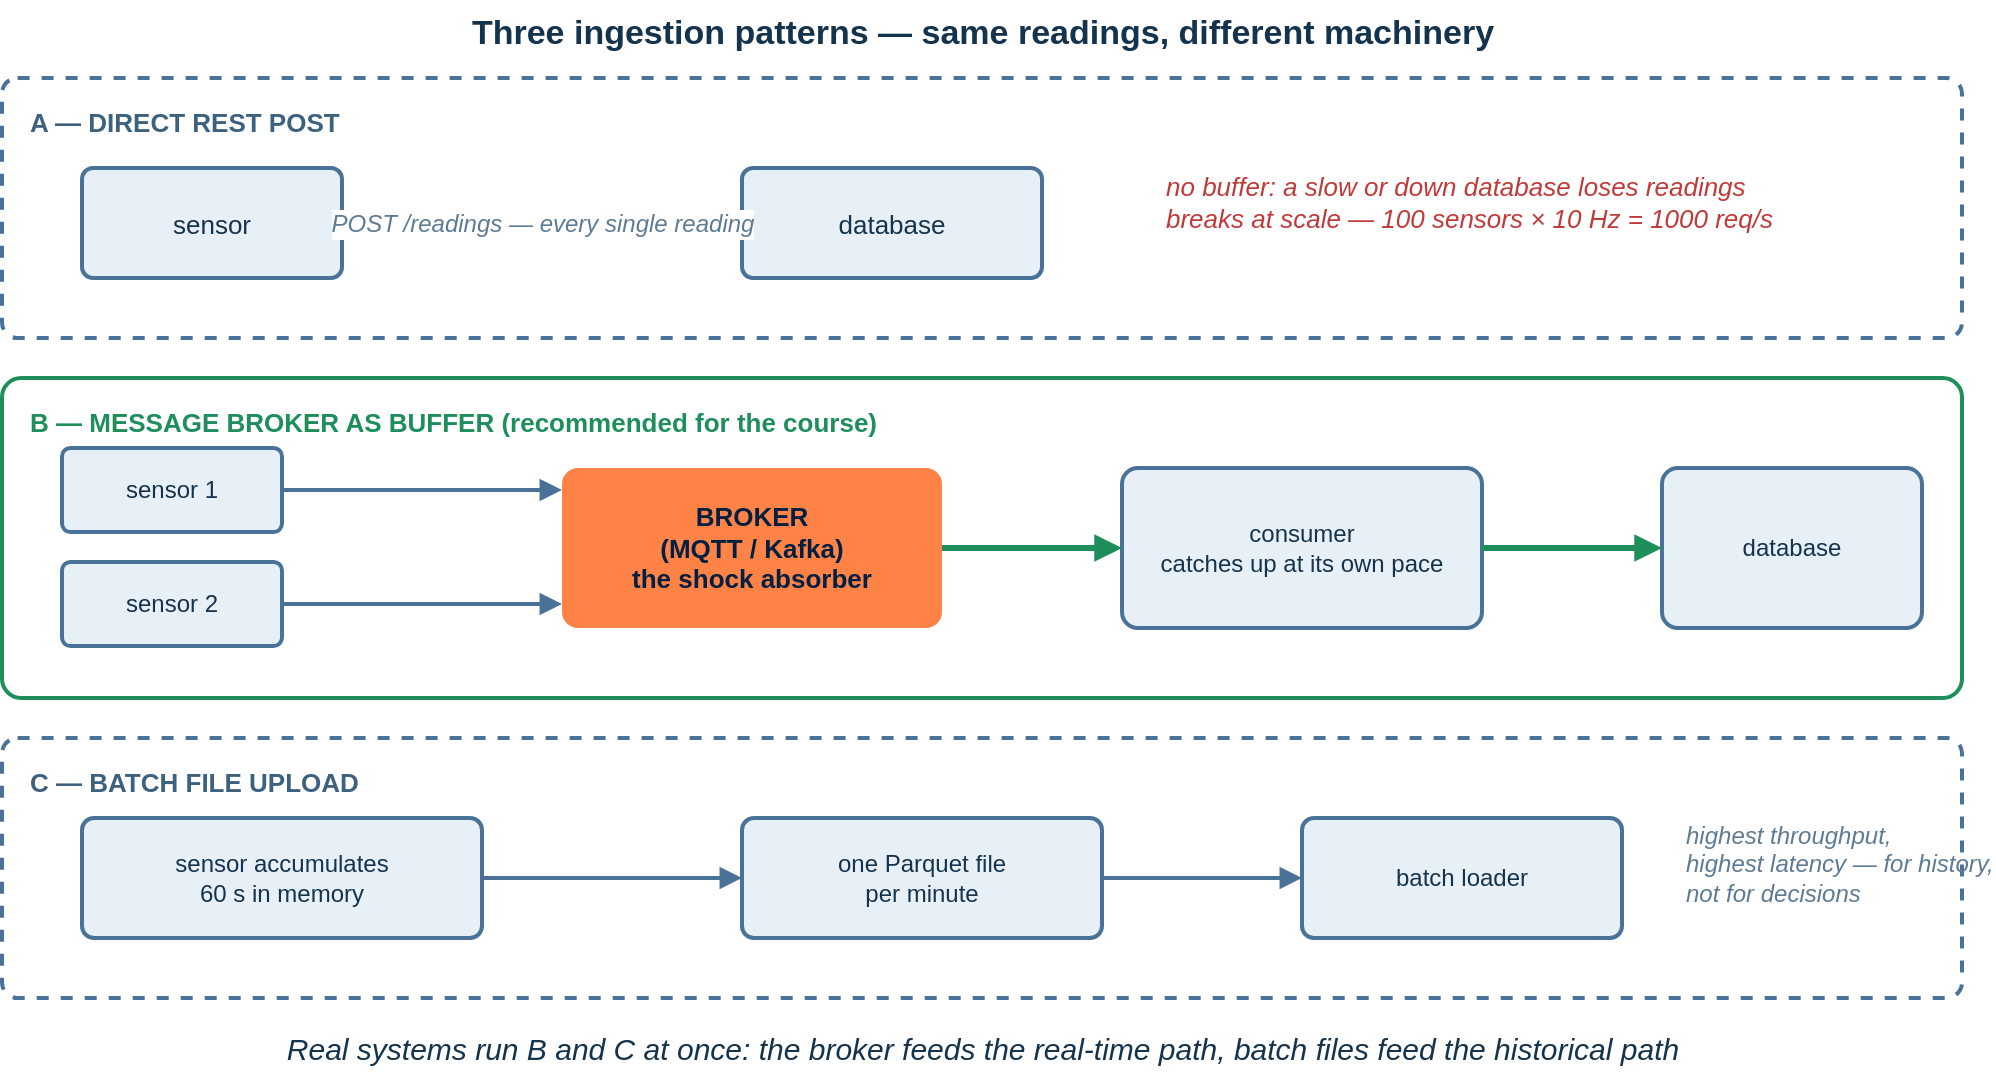
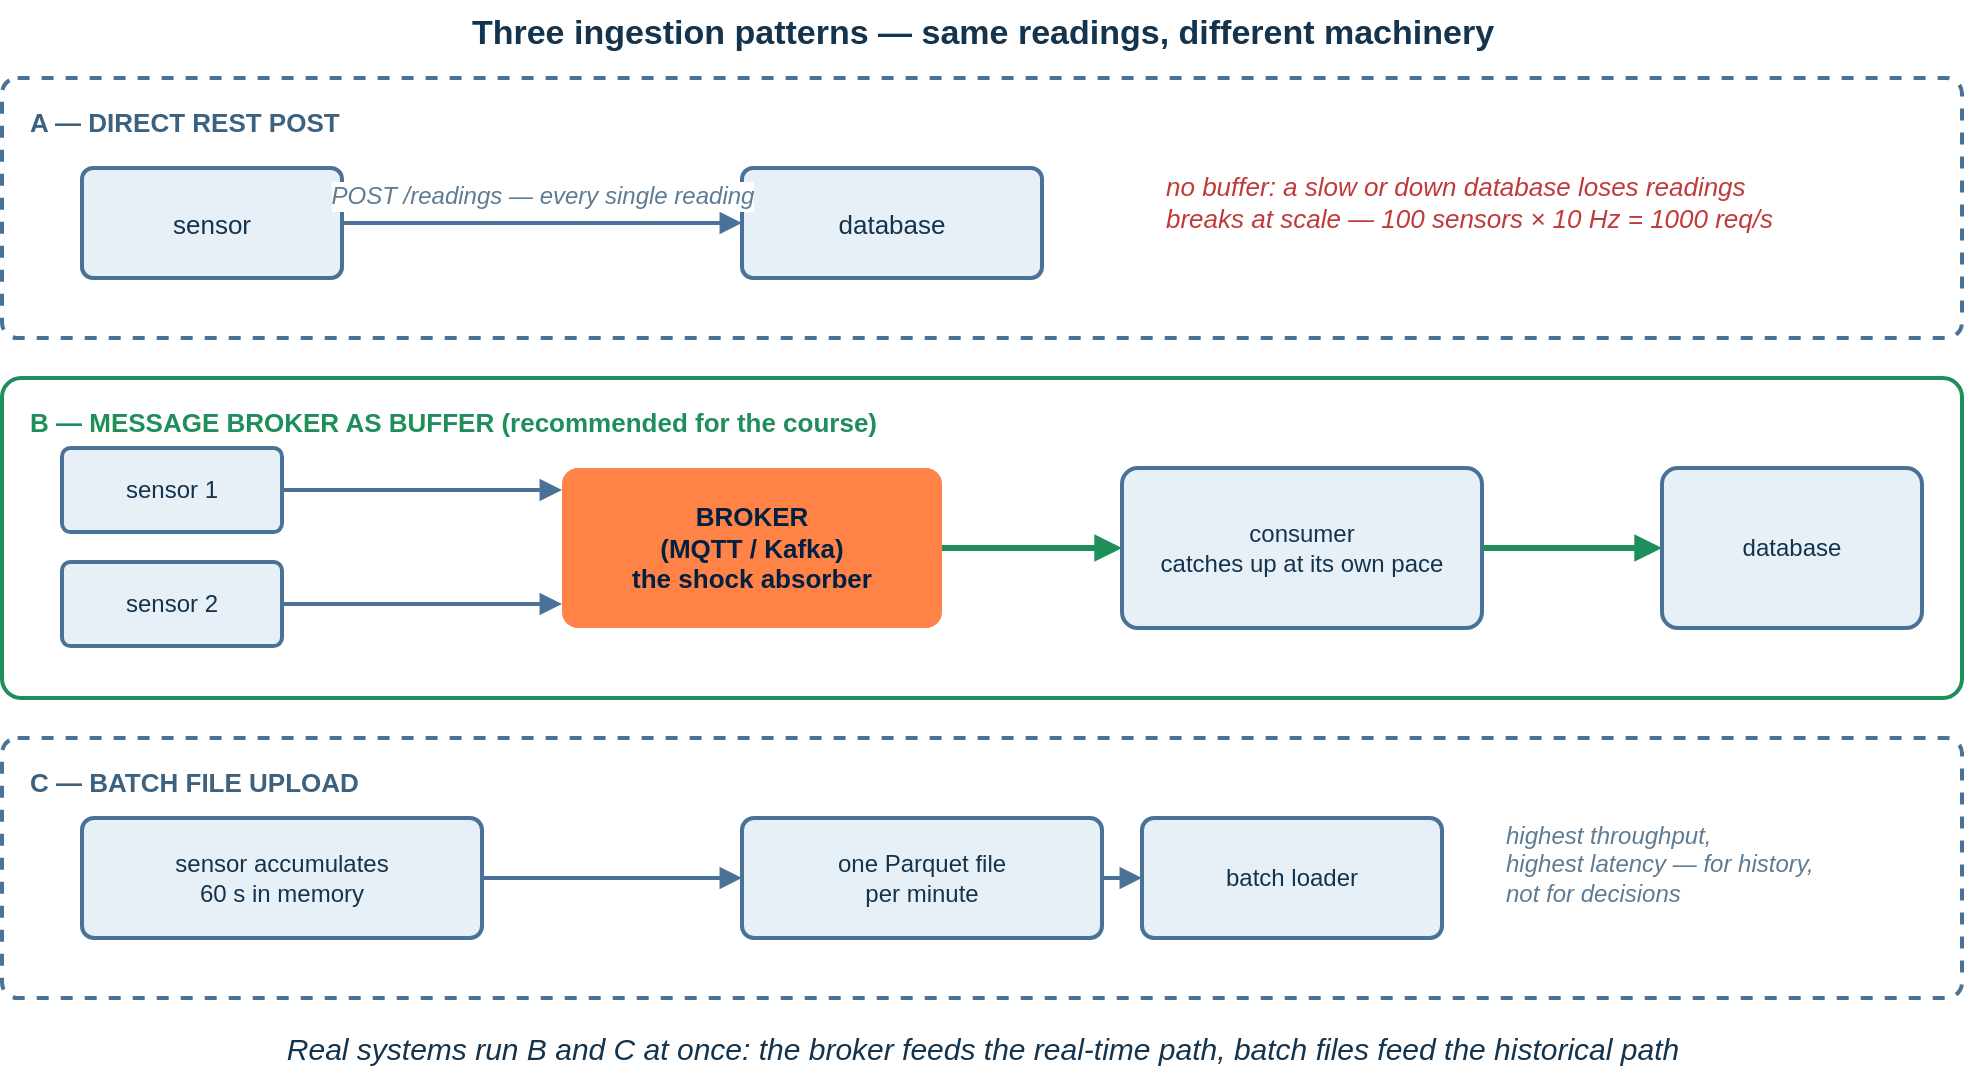
<mxfile host="app.diagrams.net">
  <diagram id="cn3-fig09" name="cn3-fig09">
    <mxGraphModel dx="1000" dy="600" grid="0" page="1" pageScale="1" pageWidth="1080" pageHeight="560" math="0" shadow="0" background="#FFFFFF">
      <root>
        <mxCell id="0"/>
        <mxCell id="1" parent="0"/>
        <mxCell id="title" value="Three ingestion patterns — same readings, different machinery" style="text;html=1;align=center;fontColor=#14334D;fontSize=17;fontStyle=1;fontFamily=Helvetica;" vertex="1" parent="1">
          <mxGeometry x="140" y="16" width="800" height="28" as="geometry"/>
        </mxCell>
        <mxCell id="la" value="A — DIRECT REST POST" style="rounded=1;whiteSpace=wrap;html=1;fillColor=none;strokeColor=#4A7298;dashed=1;strokeWidth=2;verticalAlign=top;align=left;fontColor=#3D6280;fontSize=13;fontStyle=1;fontFamily=Helvetica;spacingTop=8;spacingLeft=12;arcSize=6;" vertex="1" parent="1">
          <mxGeometry x="50" y="55" width="980" height="130" as="geometry"/>
        </mxCell>
        <mxCell id="a1" value="sensor" style="rounded=1;whiteSpace=wrap;html=1;fillColor=#E8F0F7;strokeColor=#4A7298;strokeWidth=2;fontColor=#14334D;fontSize=13;fontFamily=Helvetica;arcSize=10;" vertex="1" parent="1"><mxGeometry x="90" y="100" width="130" height="55" as="geometry"/></mxCell>
        <mxCell id="a2" value="database" style="rounded=1;whiteSpace=wrap;html=1;fillColor=#E8F0F7;strokeColor=#4A7298;strokeWidth=2;fontColor=#14334D;fontSize=13;fontFamily=Helvetica;arcSize=10;" vertex="1" parent="1"><mxGeometry x="420" y="100" width="150" height="55" as="geometry"/></mxCell>
-         <mxCell id="ae" value="POST /readings — every single reading" style="endArrow=block;html=1;strokeColor=#4A7298;strokeWidth=2;fontColor=#5E7B94;fontSize=12;fontStyle=2;fontFamily=Helvetica;labelBackgroundColor=#FFFFFF;exitX=1;exitY=0.5;entryX=0;entryY=0.5;" edge="1" parent="1" source="a1" target="a2"><mxGeometry relative="1" as="geometry"/></mxCell>
+         <mxCell id="ae" value="POST /readings — every single reading" style="endArrow=block;html=1;strokeColor=#4A7298;strokeWidth=2;fontColor=#5E7B94;fontSize=12;fontStyle=2;fontFamily=Helvetica;labelBackgroundColor=#FFFFFF;exitX=1;exitY=0.5;entryX=0;entryY=0.5;" edge="1" parent="1" source="a1" target="a2"><mxGeometry relative="1" as="geometry"><mxPoint x="0" y="-14" as="offset"/></mxGeometry></mxCell>
        <mxCell id="an" value="no buffer: a slow or down database loses readings&#10;breaks at scale — 100 sensors × 10 Hz = 1000 req/s" style="text;html=1;align=left;fontColor=#C03A3A;fontSize=13;fontStyle=2;fontFamily=Helvetica;" vertex="1" parent="1"><mxGeometry x="630" y="95" width="380" height="60" as="geometry"/></mxCell>
        <mxCell id="lb" value="B — MESSAGE BROKER AS BUFFER (recommended for the course)" style="rounded=1;whiteSpace=wrap;html=1;fillColor=none;strokeColor=#1E8E5A;strokeWidth=2;verticalAlign=top;align=left;fontColor=#1E8E5A;fontSize=13;fontStyle=1;fontFamily=Helvetica;spacingTop=8;spacingLeft=12;arcSize=6;" vertex="1" parent="1">
          <mxGeometry x="50" y="205" width="980" height="160" as="geometry"/>
        </mxCell>
        <mxCell id="b1" value="sensor 1" style="rounded=1;whiteSpace=wrap;html=1;fillColor=#E8F0F7;strokeColor=#4A7298;strokeWidth=2;fontColor=#14334D;fontSize=12;fontFamily=Helvetica;arcSize=10;" vertex="1" parent="1"><mxGeometry x="80" y="240" width="110" height="42" as="geometry"/></mxCell>
        <mxCell id="b2" value="sensor 2" style="rounded=1;whiteSpace=wrap;html=1;fillColor=#E8F0F7;strokeColor=#4A7298;strokeWidth=2;fontColor=#14334D;fontSize=12;fontFamily=Helvetica;arcSize=10;" vertex="1" parent="1"><mxGeometry x="80" y="297" width="110" height="42" as="geometry"/></mxCell>
        <mxCell id="bb" value="BROKER&#10;(MQTT / Kafka)&#10;the shock absorber" style="rounded=1;whiteSpace=wrap;html=1;fillColor=#FF8247;strokeColor=none;fontColor=#032040;fontSize=13;fontStyle=1;fontFamily=Helvetica;arcSize=10;" vertex="1" parent="1"><mxGeometry x="330" y="250" width="190" height="80" as="geometry"/></mxCell>
        <mxCell id="bc" value="consumer&#10;catches up at its own pace" style="rounded=1;whiteSpace=wrap;html=1;fillColor=#E8F0F7;strokeColor=#4A7298;strokeWidth=2;fontColor=#14334D;fontSize=12;fontFamily=Helvetica;arcSize=10;" vertex="1" parent="1"><mxGeometry x="610" y="250" width="180" height="80" as="geometry"/></mxCell>
        <mxCell id="bd" value="database" style="rounded=1;whiteSpace=wrap;html=1;fillColor=#E8F0F7;strokeColor=#4A7298;strokeWidth=2;fontColor=#14334D;fontSize=12;fontFamily=Helvetica;arcSize=10;" vertex="1" parent="1"><mxGeometry x="880" y="250" width="130" height="80" as="geometry"/></mxCell>
        <mxCell id="be1" style="endArrow=block;html=1;strokeColor=#4A7298;strokeWidth=2;exitX=1;exitY=0.5;entryX=0;entryY=0.1375;" edge="1" parent="1" source="b1" target="bb"><mxGeometry relative="1" as="geometry"/></mxCell>
        <mxCell id="be2" style="endArrow=block;html=1;strokeColor=#4A7298;strokeWidth=2;exitX=1;exitY=0.5;entryX=0;entryY=0.85;" edge="1" parent="1" source="b2" target="bb"><mxGeometry relative="1" as="geometry"/></mxCell>
        <mxCell id="be3" style="endArrow=block;html=1;strokeColor=#1E8E5A;strokeWidth=3;exitX=1;exitY=0.5;entryX=0;entryY=0.5;" edge="1" parent="1" source="bb" target="bc"><mxGeometry relative="1" as="geometry"/></mxCell>
        <mxCell id="be4" style="endArrow=block;html=1;strokeColor=#1E8E5A;strokeWidth=3;exitX=1;exitY=0.5;entryX=0;entryY=0.5;" edge="1" parent="1" source="bc" target="bd"><mxGeometry relative="1" as="geometry"/></mxCell>
        <mxCell id="lc" value="C — BATCH FILE UPLOAD" style="rounded=1;whiteSpace=wrap;html=1;fillColor=none;strokeColor=#4A7298;dashed=1;strokeWidth=2;verticalAlign=top;align=left;fontColor=#3D6280;fontSize=13;fontStyle=1;fontFamily=Helvetica;spacingTop=8;spacingLeft=12;arcSize=6;" vertex="1" parent="1">
          <mxGeometry x="50" y="385" width="980" height="130" as="geometry"/>
        </mxCell>
        <mxCell id="c1" value="sensor accumulates&#10;60 s in memory" style="rounded=1;whiteSpace=wrap;html=1;fillColor=#E8F0F7;strokeColor=#4A7298;strokeWidth=2;fontColor=#14334D;fontSize=12;fontFamily=Helvetica;arcSize=10;" vertex="1" parent="1"><mxGeometry x="90" y="425" width="200" height="60" as="geometry"/></mxCell>
        <mxCell id="c2" value="one Parquet file&#10;per minute" style="rounded=1;whiteSpace=wrap;html=1;fillColor=#E8F0F7;strokeColor=#4A7298;strokeWidth=2;fontColor=#14334D;fontSize=12;fontFamily=Helvetica;arcSize=10;" vertex="1" parent="1"><mxGeometry x="420" y="425" width="180" height="60" as="geometry"/></mxCell>
-         <mxCell id="c3" value="batch loader" style="rounded=1;whiteSpace=wrap;html=1;fillColor=#E8F0F7;strokeColor=#4A7298;strokeWidth=2;fontColor=#14334D;fontSize=12;fontFamily=Helvetica;arcSize=10;" vertex="1" parent="1"><mxGeometry x="700" y="425" width="160" height="60" as="geometry"/></mxCell>
+         <mxCell id="c3" value="batch loader" style="rounded=1;whiteSpace=wrap;html=1;fillColor=#E8F0F7;strokeColor=#4A7298;strokeWidth=2;fontColor=#14334D;fontSize=12;fontFamily=Helvetica;arcSize=10;" vertex="1" parent="1"><mxGeometry x="620" y="425" width="150" height="60" as="geometry"/></mxCell>
        <mxCell id="ce1" style="endArrow=block;html=1;strokeColor=#4A7298;strokeWidth=2;exitX=1;exitY=0.5;entryX=0;entryY=0.5;" edge="1" parent="1" source="c1" target="c2"><mxGeometry relative="1" as="geometry"/></mxCell>
        <mxCell id="ce2" style="endArrow=block;html=1;strokeColor=#4A7298;strokeWidth=2;exitX=1;exitY=0.5;entryX=0;entryY=0.5;" edge="1" parent="1" source="c2" target="c3"><mxGeometry relative="1" as="geometry"/></mxCell>
-         <mxCell id="cn" value="highest throughput,&#10;highest latency — for history,&#10;not for decisions" style="text;html=1;align=left;fontColor=#5E7B94;fontSize=12;fontStyle=2;fontFamily=Helvetica;" vertex="1" parent="1"><mxGeometry x="890" y="420" width="135" height="70" as="geometry"/></mxCell>
+         <mxCell id="cn" value="highest throughput,&#10;highest latency — for history,&#10;not for decisions" style="text;html=1;align=left;fontColor=#5E7B94;fontSize=12;fontStyle=2;fontFamily=Helvetica;" vertex="1" parent="1"><mxGeometry x="800" y="420" width="215" height="70" as="geometry"/></mxCell>
        <mxCell id="cap" value="Real systems run B and C at once: the broker feeds the real-time path, batch files feed the historical path" style="text;html=1;align=center;fontColor=#14334D;fontSize=15;fontStyle=2;fontFamily=Helvetica;" vertex="1" parent="1">
          <mxGeometry x="140" y="525" width="800" height="28" as="geometry"/>
        </mxCell>
      </root>
    </mxGraphModel>
  </diagram>
</mxfile>
